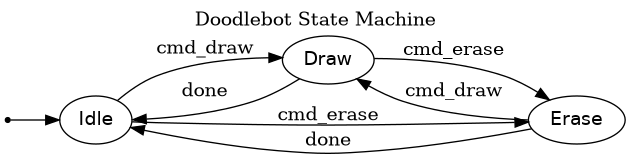
alexayl/doodle_bot keeps this Graphviz diagram as docs/firmware/state_machine/state_machine.png. Above is the earlier version. Its source is kept beside it as docs/firmware/state_machine/state_machine.dot. Its diagram source:
```dot
digraph DoodlebotStateMachine {
  rankdir=LR;
  labelloc="t";
  label="Doodlebot State Machine";

  node [shape=ellipse, fontname="Helvetica"];

  Start [shape=point];

  Idle;
  Draw;
  Erase;

  Start -> Idle;

  Idle -> Draw   [label="cmd_draw"];
  Idle -> Erase  [label="cmd_erase"];

  Draw -> Idle   [label="done"];
  Erase -> Idle  [label="done"];

  Draw -> Erase  [label="cmd_erase"];
  Erase -> Draw  [label="cmd_draw"];
}
```
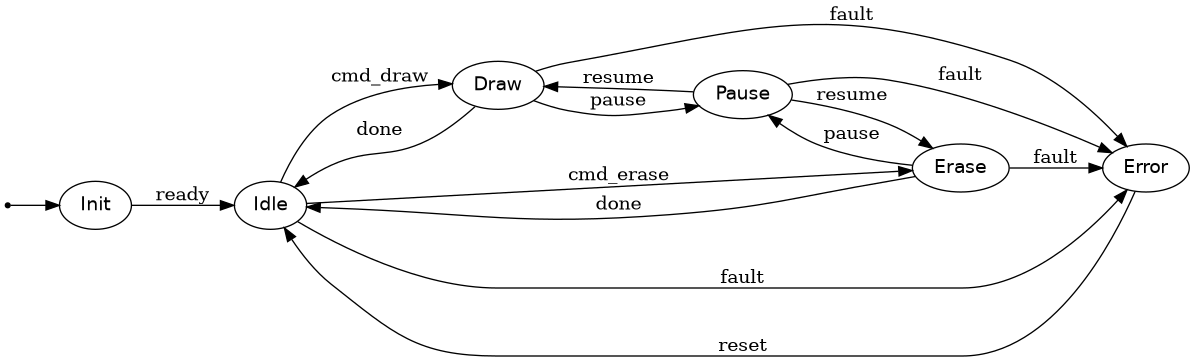
Later version of the same file.

What changed in the source:
```diff
@@ -1,17 +1,19 @@
 digraph DoodlebotStateMachine {
   rankdir=LR;
   labelloc="t";
-  label="Doodlebot State Machine";
-
   node [shape=ellipse, fontname="Helvetica"];
 
   Start [shape=point];
 
+  Init;
   Idle;
   Draw;
   Erase;
+  Pause;
+  Error;
 
-  Start -> Idle;
+  Start -> Init;
+  Init -> Idle [label="ready"];
 
   Idle -> Draw   [label="cmd_draw"];
   Idle -> Erase  [label="cmd_erase"];
@@ -19,6 +21,16 @@
   Draw -> Idle   [label="done"];
   Erase -> Idle  [label="done"];
 
-  Draw -> Erase  [label="cmd_erase"];
-  Erase -> Draw  [label="cmd_draw"];
+
+  Draw -> Pause  [label="pause"];
+  Erase -> Pause [label="pause"];
+  Pause -> Draw  [label="resume"];
+  Pause -> Erase [label="resume"];
+
+  Idle -> Error  [label="fault"];
+  Draw -> Error  [label="fault"];
+  Erase -> Error [label="fault"];
+  Pause -> Error [label="fault"];
+
+  Error -> Idle  [label="reset"];
 }
```
